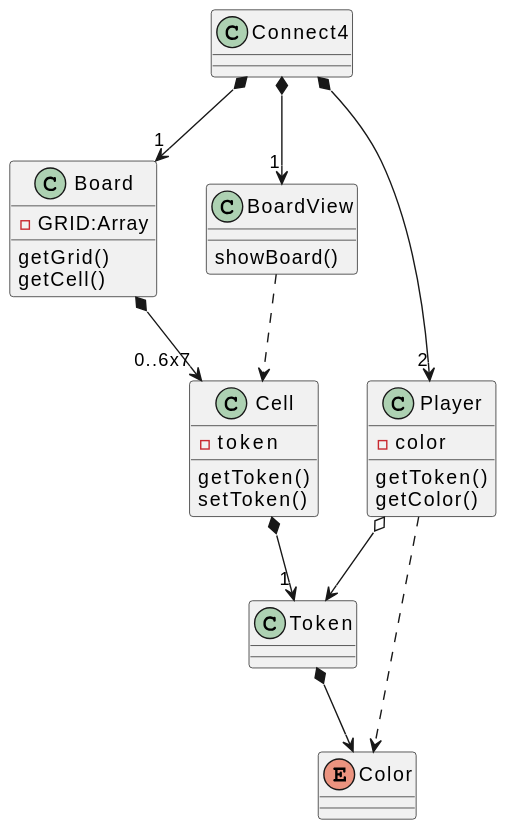
Above: connect4/connext4_uml.svg in olaft/mpds-javascript (PlantUML), before the change.
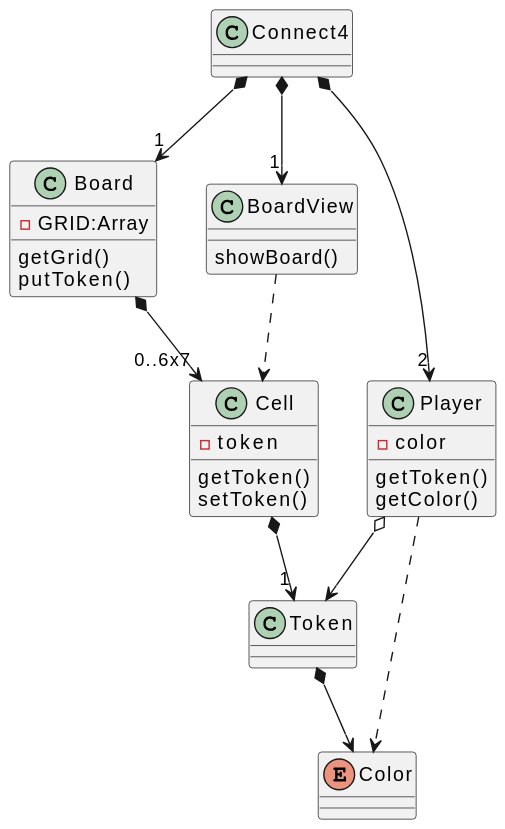
Above is the later version.

What changed in the source:
```diff
@@ -3,7 +3,7 @@
 class Board{
     -GRID:Array
     getGrid()
-    getCell()
+    putToken()
 }
 
 class BoardView {
```
